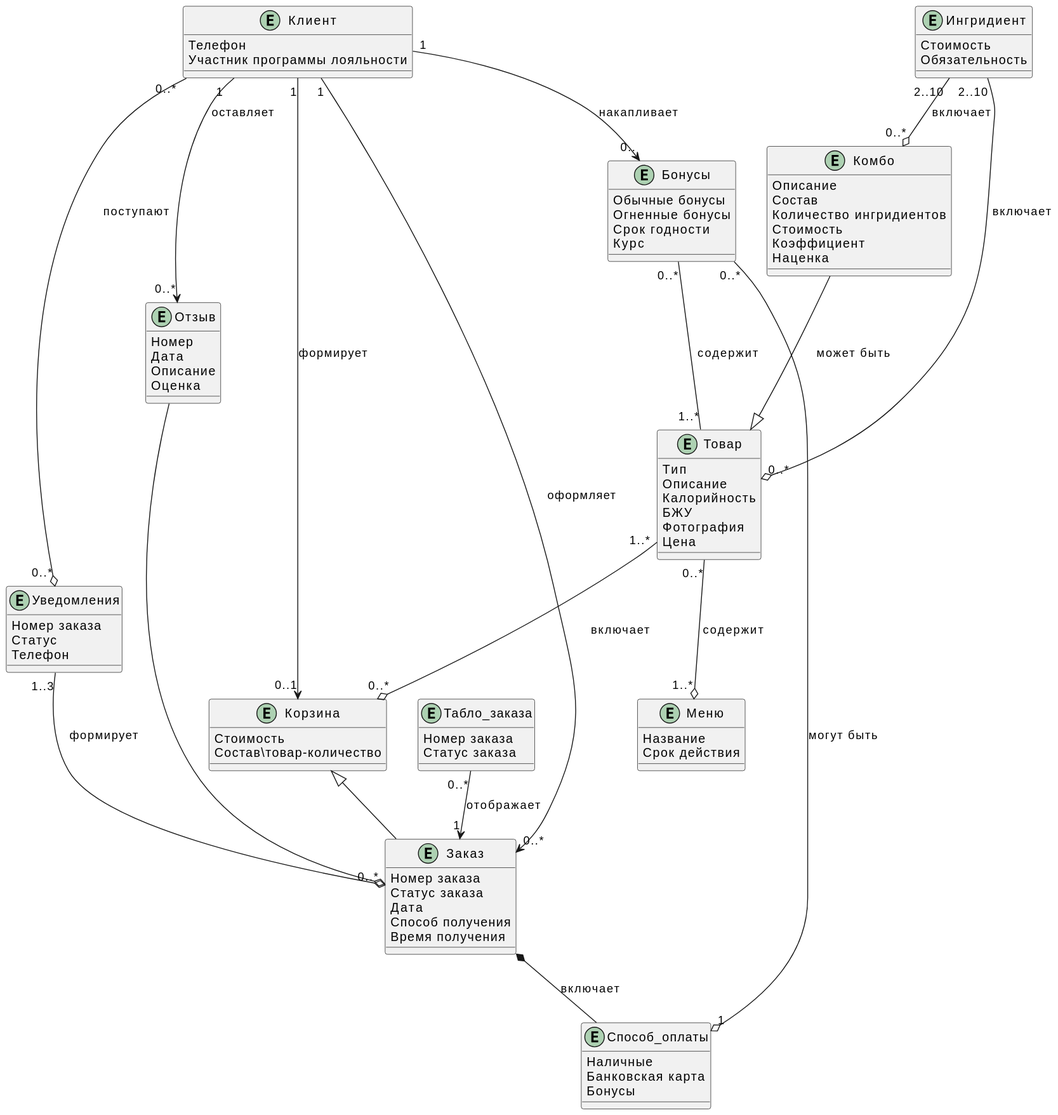
Earlier version of the PlantUML export docs/diagrams/include/classes.svg (xxx996/OTUS_Restaraunt).
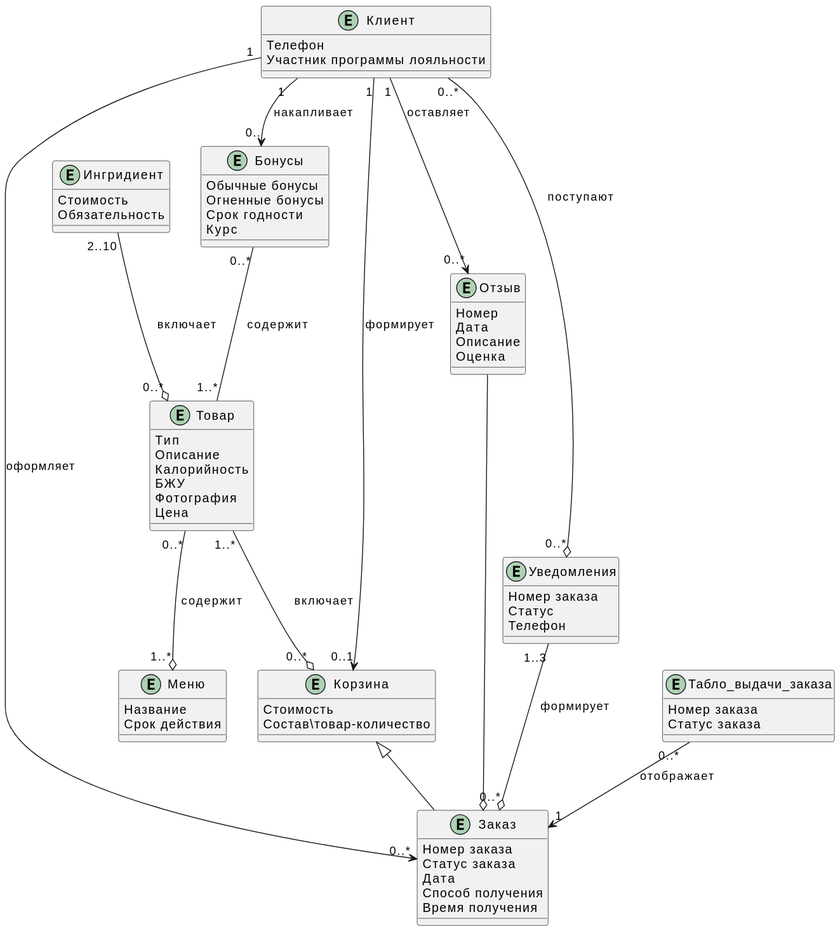
Above is the later version.

Diff of the diagram source:
```diff
@@ -5,12 +5,6 @@
 Участник программы лояльности
 }
 
-Entity Способ_оплаты
-{
-Наличные
-Банковская карта
-Бонусы
-}
 
 Entity Бонусы
 {
@@ -57,16 +51,6 @@
 Обязательность
 }
 
-Entity Комбо
-{
-Описание
-Состав
-Количество ингридиентов
-Стоимость
-Коэффициент
-Наценка
-}
-
 
 Entity Отзыв
 {
@@ -85,7 +69,7 @@
 Телефон
 }
 
-Entity Табло_заказа
+Entity Табло_выдачи_заказа
 {
 Номер заказа
 Статус заказа
@@ -99,14 +83,10 @@
 Клиент "1" --> "0..*" Отзыв :оставляет
 Клиент "0..*" --o "0..*" Уведомления :поступают
 Клиент "1" --> "0.." Бонусы: накапливает
-Ингридиент "2..10" --o "0..*" Комбо :включает
 Ингридиент "2..10" --o "0..*" Товар :включает
-Комбо --^ Товар: может быть
 Корзина ^-- Заказ
-Заказ *-- Способ_оплаты :включает
-Бонусы "0..*" --o "1" Способ_оплаты :могут быть
 Бонусы "0..*" -- "1..*" Товар : содержит
 Отзыв --o Заказ
-Табло_заказа "0..*" --> "1" Заказ : отображает
+Табло_выдачи_заказа "0..*" --> "1" Заказ : отображает
 Уведомления "1..3" --o "0..*" Заказ : формирует
 @enduml
```
